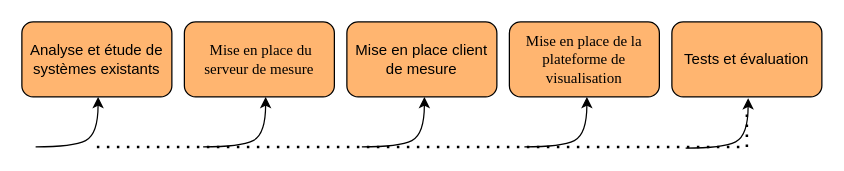
Earlier version of the draw.io diagram f.drawio (Abousidikou/BooksApi). Source tidied: cells renumbered, new cells numbered last; positions are measured from the earlier drawing's top-left corner, leaving out a move shared by most shapes. Both pictures are drawn from the tidied source at 125%, with x=0, y=0 at pixel (21, 21).
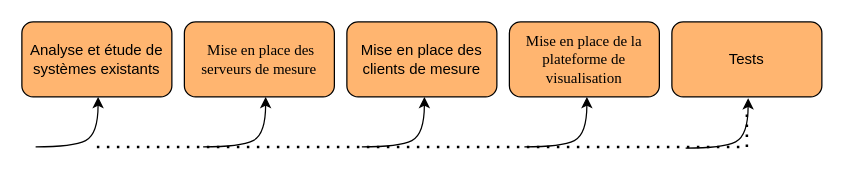
The same diagram, later.

Diff of the diagram source:
```diff
@@
-    <mxCell id="2" value="Tests et évaluation" style="rounded=1;whiteSpace=wrap;html=1;fillColor=#FFB570;" parent="1" vertex="1">
+    <mxCell id="2" value="Tests" style="rounded=1;whiteSpace=wrap;html=1;fillColor=#FFB570;" parent="1" vertex="1">
       <mxGeometry x="520" width="120" height="60" as="geometry" />
     </mxCell>
@@
-    <mxCell id="4" value="&lt;font face=&quot;Helvetica&quot;&gt;&lt;span id=&quot;docs-internal-guid-cb3e4f44-7fff-7204-dcd6-b2950f12d855&quot; style=&quot;color: rgb(0, 0, 0); background-color: transparent; font-style: normal; font-variant: normal; text-decoration: none; vertical-align: baseline;&quot;&gt;Mise en place client de mesure&lt;/span&gt;&lt;/font&gt;" style="rounded=1;whiteSpace=wrap;html=1;fillColor=#FFB570;" parent="1" vertex="1">
+    <mxCell id="4" value="&lt;font face=&quot;Helvetica&quot;&gt;&lt;span id=&quot;docs-internal-guid-cb3e4f44-7fff-7204-dcd6-b2950f12d855&quot; style=&quot;color: rgb(0, 0, 0); background-color: transparent; font-style: normal; font-variant: normal; text-decoration: none; vertical-align: baseline;&quot;&gt;Mise en place des clients de mesure&lt;/span&gt;&lt;/font&gt;" style="rounded=1;whiteSpace=wrap;html=1;fillColor=#FFB570;" parent="1" vertex="1">
       <mxGeometry x="260" width="120" height="60" as="geometry" />
     </mxCell>
-    <mxCell id="5" value="&lt;p id=&quot;docs-internal-guid-ceed5862-7fff-d131-ce95-2a92e9b6baaf&quot; style=&quot;line-height: 1.2; margin-top: 0pt; margin-bottom: 0pt;&quot; dir=&quot;ltr&quot;&gt;&lt;font style=&quot;font-size: 12px;&quot;&gt;&lt;span style=&quot;font-family: Cambria, serif; color: rgb(0, 0, 0); background-color: transparent; font-style: normal; font-variant: normal; text-decoration: none; vertical-align: baseline;&quot;&gt;&amp;nbsp;&lt;font style=&quot;font-size: 12px;&quot;&gt;Mise en place du serveur de mesure&lt;/font&gt;&lt;/span&gt;&lt;/font&gt;&lt;/p&gt;" style="rounded=1;whiteSpace=wrap;html=1;fillColor=#FFB570;" parent="1" vertex="1">
+    <mxCell id="5" value="&lt;p id=&quot;docs-internal-guid-ceed5862-7fff-d131-ce95-2a92e9b6baaf&quot; style=&quot;line-height: 1.2; margin-top: 0pt; margin-bottom: 0pt;&quot; dir=&quot;ltr&quot;&gt;&lt;font style=&quot;font-size: 12px;&quot;&gt;&lt;span style=&quot;font-family: Cambria, serif; color: rgb(0, 0, 0); background-color: transparent; font-style: normal; font-variant: normal; text-decoration: none; vertical-align: baseline;&quot;&gt;&amp;nbsp;&lt;font style=&quot;font-size: 12px;&quot;&gt;Mise en place des serveurs de mesure&lt;/font&gt;&lt;/span&gt;&lt;/font&gt;&lt;/p&gt;" style="rounded=1;whiteSpace=wrap;html=1;fillColor=#FFB570;" parent="1" vertex="1">
       <mxGeometry x="130" width="120" height="60" as="geometry" />
     </mxCell>
```
